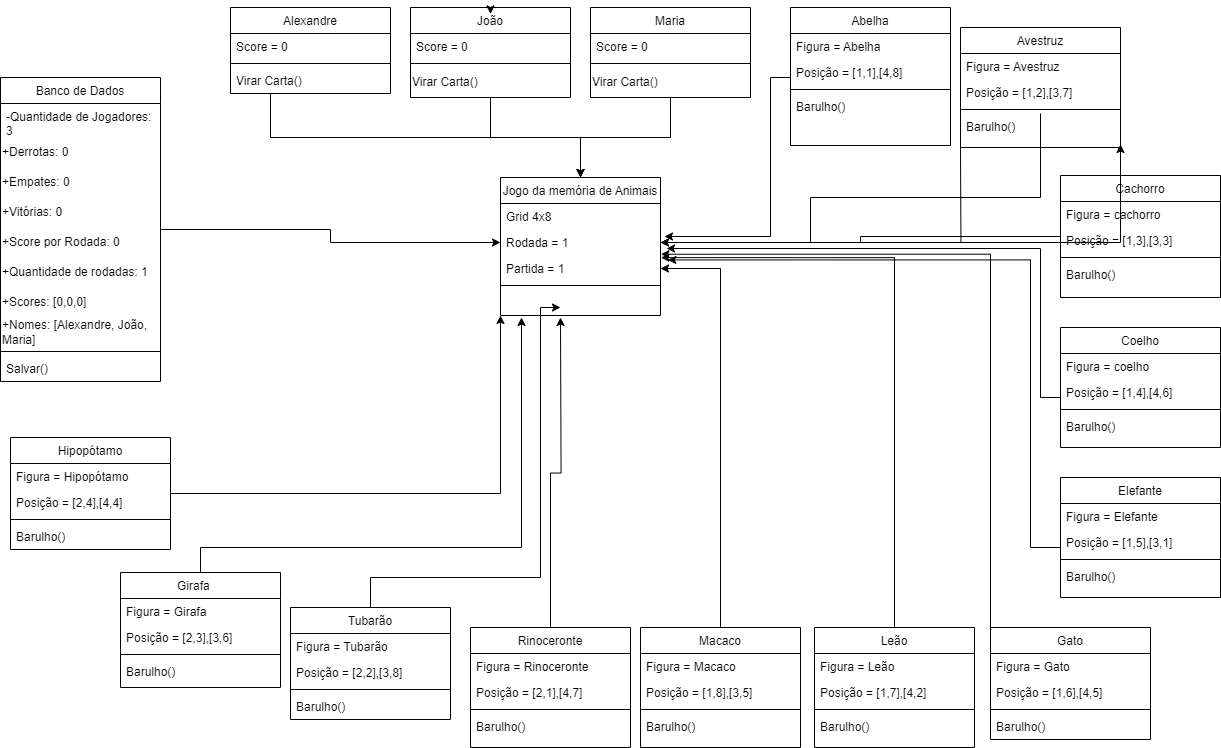
Before: Diagrama de Objetos.drawio.png, a diagram exported from draw.io (FelipeRibeirooo/Entrega-03-OO-UML). Source tidied: cells renumbered, new cells last; positions are measured from the earlier drawing's top-left corner, leaving out a move shared by most shapes.
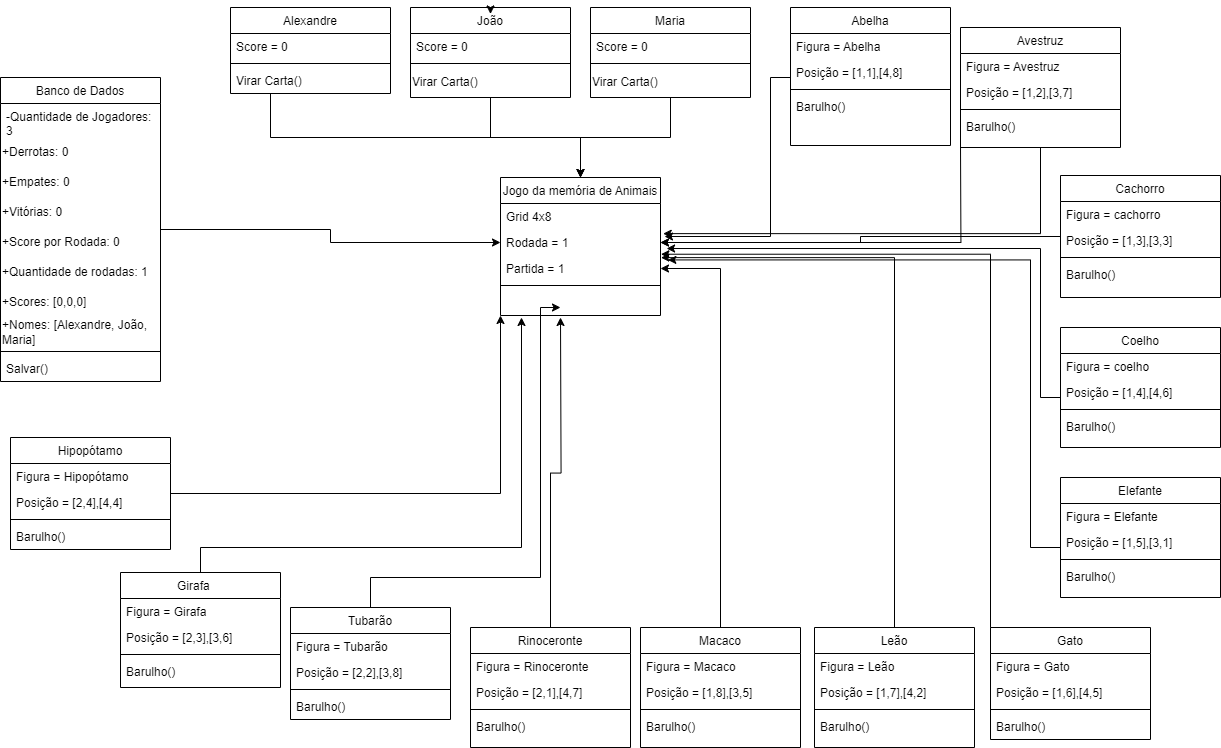
The same diagram one commit later.

The edit, as a diff of the source:
```diff
@@ -323,16 +323,6 @@
     <mxCell id="94" style="edgeStyle=orthogonalEdgeStyle;rounded=0;jettySize=auto;html=1;entryX=1.003;entryY=0.082;entryDx=0;entryDy=0;entryPerimeter=0;" parent="1" edge="1" source="67" target="5">
       <mxGeometry relative="1" as="geometry" />
     </mxCell>
-    <mxCell id="95" style="edgeStyle=orthogonalEdgeStyle;rounded=0;jettySize=auto;html=1;entryX=1;entryY=0.5;entryDx=0;entryDy=0;" parent="1" edge="1" source="26">
-      <mxGeometry relative="1" as="geometry">
-        <mxPoint x="1120" y="137" as="targetPoint" />
-        <Array as="points">
-          <mxPoint x="1040" y="190" />
-          <mxPoint x="810" y="190" />
-          <mxPoint x="810" y="235" />
-        </Array>
-      </mxGeometry>
-    </mxCell>
     <mxCell id="96" style="edgeStyle=orthogonalEdgeStyle;rounded=0;jettySize=auto;html=1;entryX=0;entryY=0.5;entryDx=0;entryDy=0;" parent="1" edge="1" source="97" target="4">
       <mxGeometry relative="1" as="geometry" />
     </mxCell>
@@ -369,5 +359,8 @@
     <mxCell id="107" value="Salvar()" style="text;strokeColor=none;fillColor=none;align=left;verticalAlign=top;spacingLeft=4;spacingRight=4;overflow=hidden;whiteSpace=wrap;html=1;" parent="97" vertex="1">
       <mxGeometry y="278" width="160" height="26" as="geometry" />
     </mxCell>
+    <mxCell id="108" style="edgeStyle=orthogonalEdgeStyle;rounded=0;jettySize=auto;html=1;entryX=1.017;entryY=0.159;entryDx=0;entryDy=0;entryPerimeter=0;" parent="1" edge="1" source="23" target="4">
+      <mxGeometry relative="1" as="geometry" />
+    </mxCell>
   </root>
 </mxGraphModel>
```
